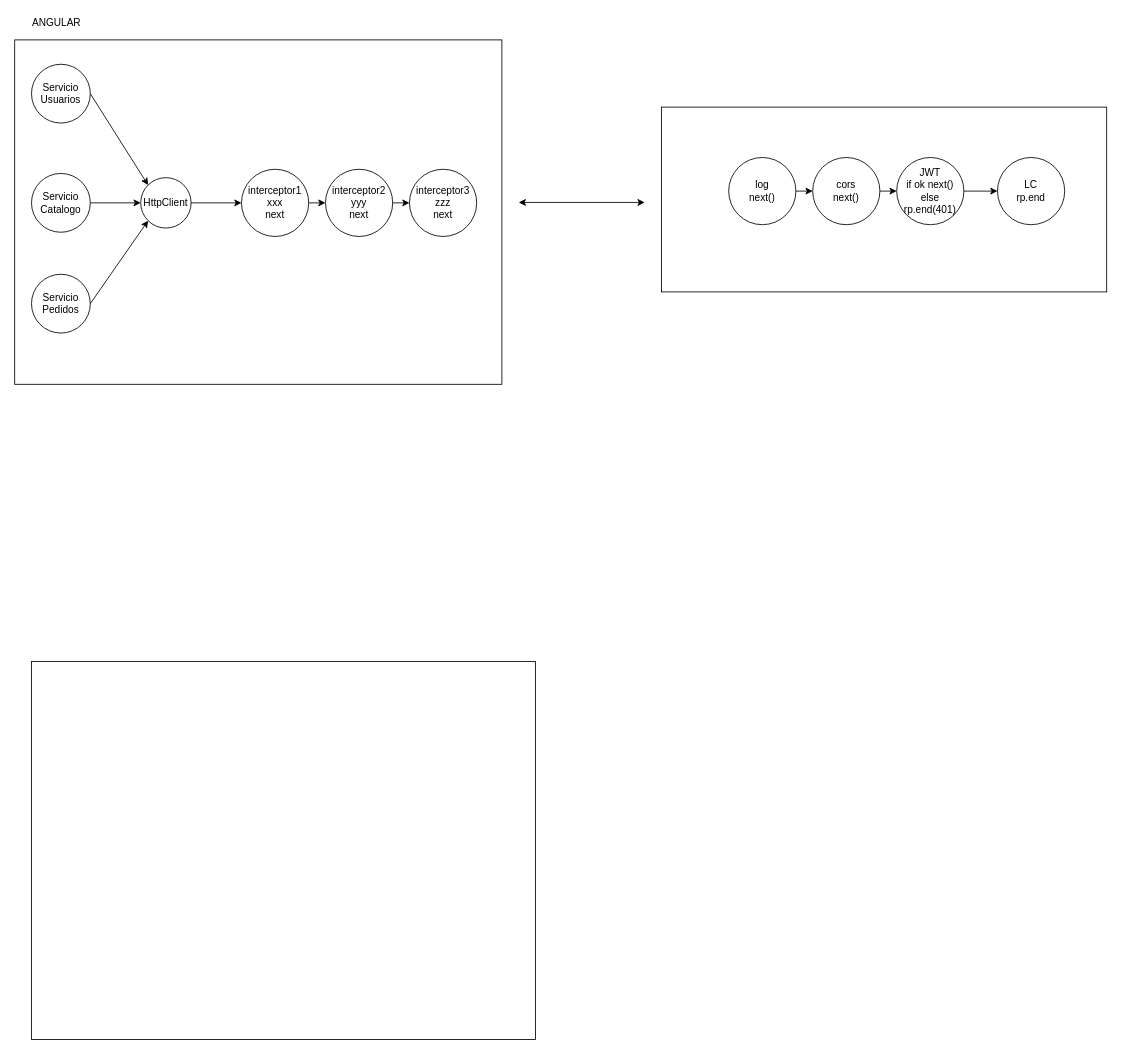
Above: page "Página-47" (47 of 48) of diagramas.drawio in almoril00/MEAN (draw.io), before the change. Source tidied: cells renumbered, new cells numbered last; positions are measured from the earlier drawing's top-left corner, leaving out a move shared by most shapes. Both pictures are drawn from the tidied source at 84%, with x=0, y=0 at pixel (14, 14).
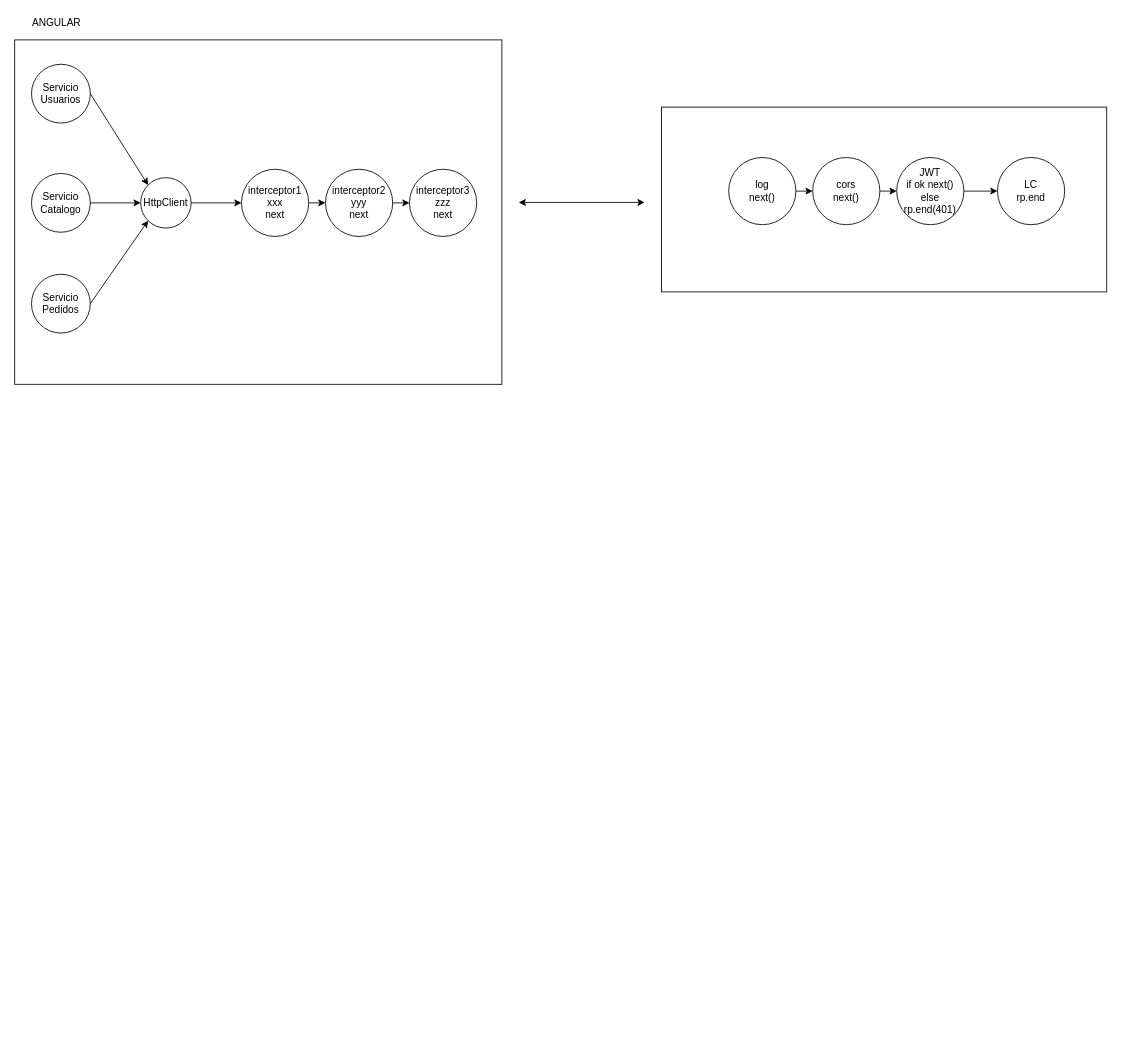
The same diagram, later.

Diff of the diagram source:
```diff
@@
-    <mxCell id="4" style="rounded=0;whiteSpace=wrap;html=1;fillColor=none;" parent="1" vertex="1">
-      <mxGeometry x="20" y="770" width="600" height="450" as="geometry" />
-    </mxCell>
```
